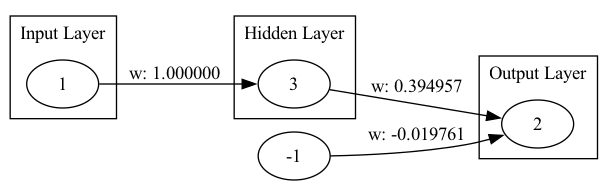
Before: genome_graph.png, a diagram exported from Graphviz (malikAkurtz/TradingSystem). Its source is kept beside it as genome_graph.dot.
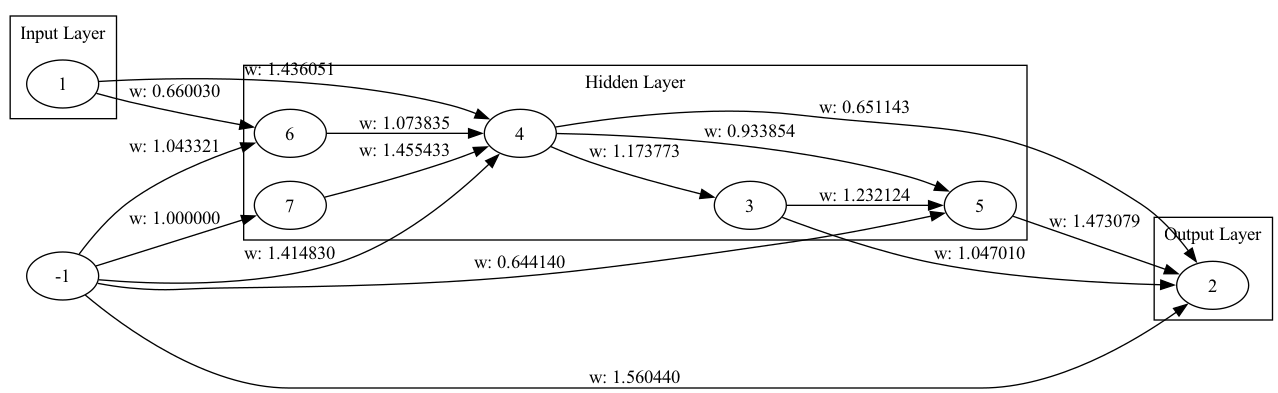
Above is the later version.

The edit, as a diff of the source:
```diff
@@ -7,12 +7,28 @@
   subgraph cluster_1 {
     label="Hidden Layer";
     3;
+    4;
+    5;
+    6;
+    7;
   }
   subgraph cluster_2 {
     label="Output Layer";
     2;
   }
-  -1 -> 2 [label="w: -0.019761"];
-  1 -> 3 [label="w: 1.000000"];
-  3 -> 2 [label="w: 0.394957"];
+  -1 -> 2 [label="w: 1.560440"];
+  3 -> 2 [label="w: 1.047010"];
+  1 -> 4 [label="w: 1.436051"];
+  4 -> 3 [label="w: 1.173773"];
+  3 -> 5 [label="w: 1.232124"];
+  5 -> 2 [label="w: 1.473079"];
+  -1 -> 4 [label="w: 1.414830"];
+  4 -> 5 [label="w: 0.933854"];
+  -1 -> 5 [label="w: 0.644140"];
+  4 -> 2 [label="w: 0.651143"];
+  1 -> 6 [label="w: 0.660030"];
+  6 -> 4 [label="w: 1.073835"];
+  -1 -> 6 [label="w: 1.043321"];
+  -1 -> 7 [label="w: 1.000000"];
+  7 -> 4 [label="w: 1.455433"];
 }
```
